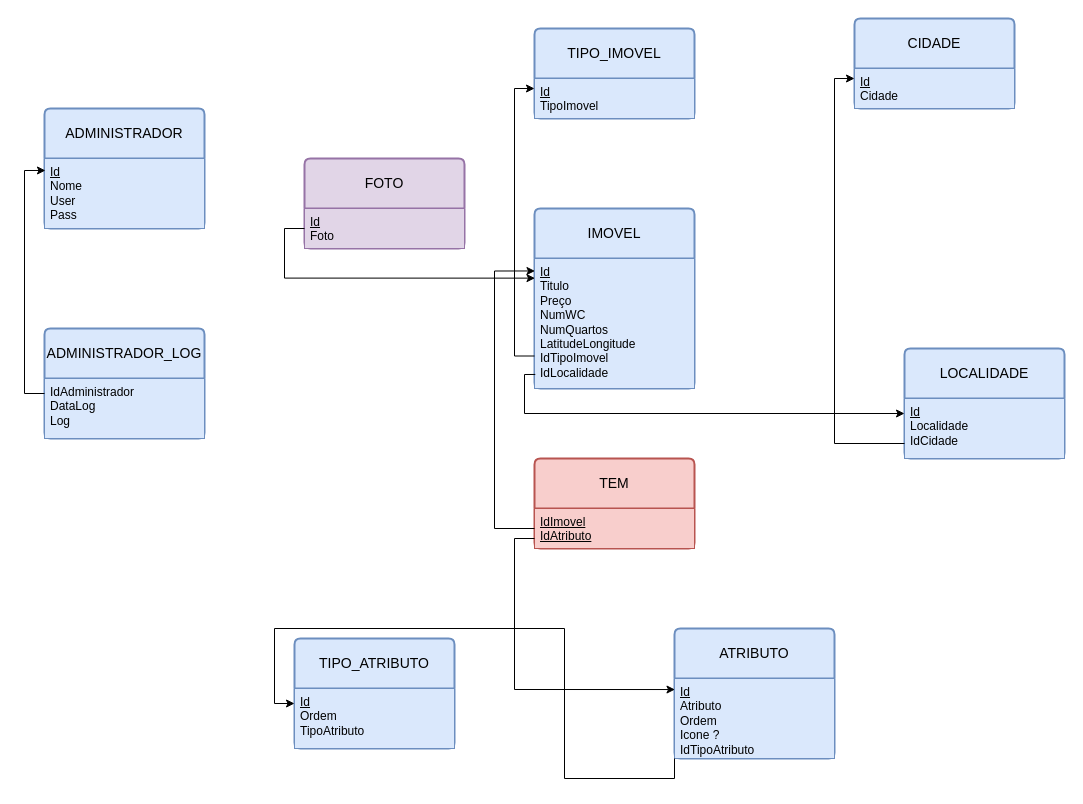
This is 2P-0811-TESTE-2-14721.drawio from MarceloPalamaryuk/Analise-de-Sistemas, a draw.io file, before an edit. Source tidied: cells renumbered, new cells numbered last; positions are measured from the earlier drawing's top-left corner, leaving out a move shared by most shapes. Both pictures are drawn from the tidied source at 100%, with x=0, y=0 at pixel (44, 18).
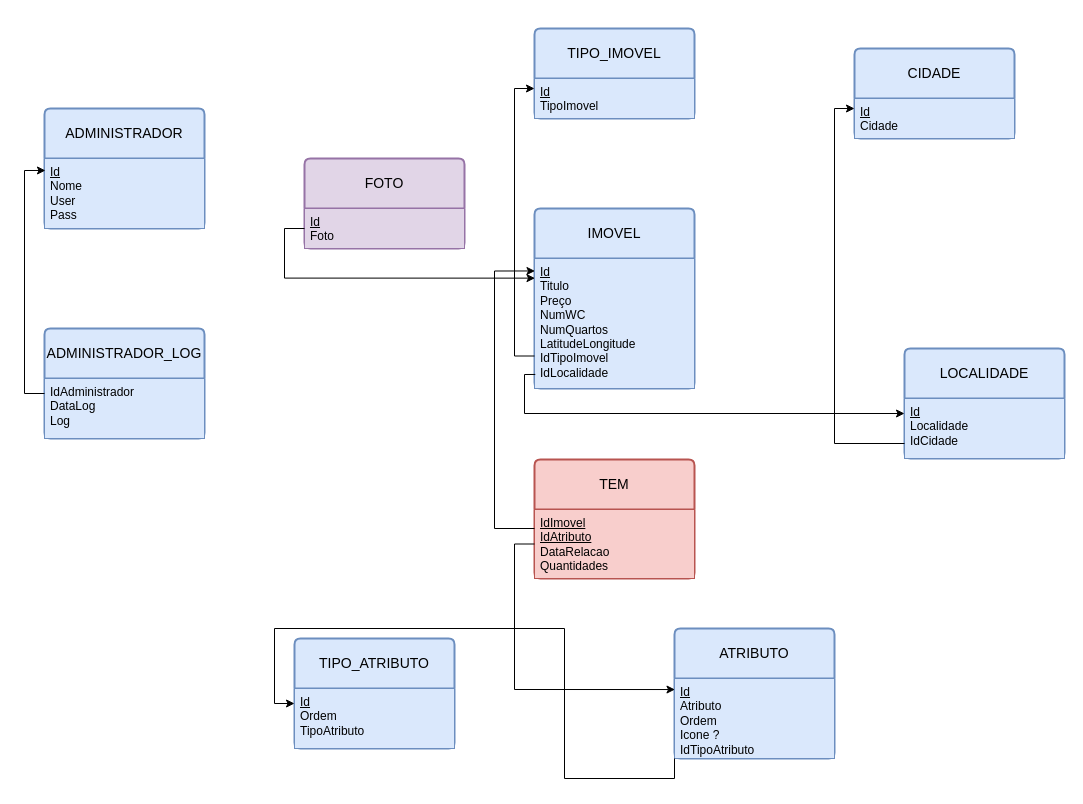
The same page after the edit.

Unchanged cells that the change refers to:
```xml
<mxCell id="9" value="&lt;u&gt;Id&lt;/u&gt;&lt;div&gt;Atributo&lt;/div&gt;&lt;div&gt;Ordem&lt;/div&gt;&lt;div&gt;Icone ?&lt;/div&gt;&lt;div&gt;IdTipoAtributo&lt;/div&gt;" style="align=left;strokeColor=#6c8ebf;fillColor=#dae8fc;spacingLeft=4;spacingRight=4;fontSize=12;verticalAlign=top;html=1;whiteSpace=wrap;" parent="8" vertex="1">
  <mxGeometry y="50" width="160" height="80" as="geometry" />
</mxCell>
<mxCell id="11" value="&lt;u&gt;Id&lt;/u&gt;&lt;div&gt;Titulo&lt;/div&gt;&lt;div&gt;Preço&lt;/div&gt;&lt;div&gt;NumWC&lt;/div&gt;&lt;div&gt;NumQuartos&lt;/div&gt;&lt;div&gt;LatitudeLongitude&lt;/div&gt;&lt;div&gt;IdTipoImovel&lt;/div&gt;&lt;div&gt;IdLocalidade&lt;/div&gt;" style="align=left;strokeColor=#6c8ebf;fillColor=#dae8fc;spacingLeft=4;spacingRight=4;fontSize=12;verticalAlign=top;html=1;whiteSpace=wrap;" parent="10" vertex="1">
  <mxGeometry y="50" width="160" height="130" as="geometry" />
</mxCell>
<mxCell id="18" value="&lt;u&gt;Id&lt;/u&gt;&lt;div&gt;Cidade&lt;/div&gt;" style="align=left;strokeColor=#6c8ebf;fillColor=#dae8fc;spacingLeft=4;spacingRight=4;fontSize=12;verticalAlign=top;html=1;whiteSpace=wrap;" parent="17" vertex="1">
  <mxGeometry y="50" width="160" height="40" as="geometry" />
</mxCell>
<mxCell id="20" value="&lt;u&gt;Id&lt;/u&gt;&lt;div&gt;Localidade&lt;/div&gt;&lt;div&gt;IdCidade&lt;/div&gt;" style="align=left;strokeColor=#6c8ebf;fillColor=#dae8fc;spacingLeft=4;spacingRight=4;fontSize=12;verticalAlign=top;html=1;whiteSpace=wrap;" parent="19" vertex="1">
  <mxGeometry y="50" width="160" height="60" as="geometry" />
</mxCell>
```

Diff of the diagram source:
```diff
@@
     <mxCell id="17" value="CIDADE" style="swimlane;horizontal=1;startSize=50;rounded=1;fontSize=14;fontStyle=0;strokeWidth=2;shadow=0;dashed=0;align=center;arcSize=4;whiteSpace=wrap;html=1;fillColor=#dae8fc;strokeColor=#6c8ebf;" parent="1" vertex="1">
-      <mxGeometry x="810" width="160" height="90" as="geometry" />
+      <mxGeometry x="810" y="30" width="160" height="90" as="geometry" />
     </mxCell>
@@
     <mxCell id="22" style="edgeStyle=orthogonalEdgeStyle;rounded=0;jettySize=auto;html=1;exitX=0;exitY=0.75;exitDx=0;exitDy=0;entryX=0;entryY=0.25;entryDx=0;entryDy=0;" parent="1" edge="1" source="20" target="18">
       <mxGeometry relative="1" as="geometry">
         <Array as="points">
           <mxPoint x="790" y="425" />
-          <mxPoint x="790" y="60" />
+          <mxPoint x="790" y="90" />
         </Array>
       </mxGeometry>
     </mxCell>
@@
     <mxCell id="26" value="TEM" style="swimlane;horizontal=1;startSize=50;rounded=1;fontSize=14;fontStyle=0;strokeWidth=2;shadow=0;dashed=0;align=center;arcSize=4;whiteSpace=wrap;html=1;fillColor=#f8cecc;strokeColor=#b85450;" parent="1" vertex="1">
-      <mxGeometry x="490" y="440" width="160" height="90" as="geometry" />
+      <mxGeometry x="490" y="441" width="160" height="119" as="geometry" />
     </mxCell>
-    <mxCell id="27" value="&lt;u&gt;IdImovel&lt;/u&gt;&lt;div&gt;&lt;u&gt;IdAtributo&lt;/u&gt;&lt;/div&gt;" style="align=left;strokeColor=#b85450;fillColor=#f8cecc;spacingLeft=4;spacingRight=4;fontSize=12;verticalAlign=top;html=1;whiteSpace=wrap;" parent="26" vertex="1">
-      <mxGeometry y="50" width="160" height="40" as="geometry" />
+    <mxCell id="27" value="&lt;u&gt;IdImovel&lt;/u&gt;&lt;div&gt;&lt;u&gt;IdAtributo&lt;/u&gt;&lt;/div&gt;&lt;div&gt;DataRelacao&lt;/div&gt;&lt;div&gt;Quantidades&lt;/div&gt;" style="align=left;strokeColor=#b85450;fillColor=#f8cecc;spacingLeft=4;spacingRight=4;fontSize=12;verticalAlign=top;html=1;whiteSpace=wrap;" parent="26" vertex="1">
+      <mxGeometry y="50" width="160" height="69" as="geometry" />
     </mxCell>
-    <mxCell id="28" style="edgeStyle=orthogonalEdgeStyle;rounded=0;jettySize=auto;html=1;exitX=0;exitY=0.5;exitDx=0;exitDy=0;entryX=0.003;entryY=0.096;entryDx=0;entryDy=0;entryPerimeter=0;" parent="1" edge="1" source="27" target="11">
+    <mxCell id="28" style="edgeStyle=orthogonalEdgeStyle;rounded=0;jettySize=auto;html=1;entryX=0.003;entryY=0.096;entryDx=0;entryDy=0;entryPerimeter=0;" parent="1" edge="1" target="11">
       <mxGeometry relative="1" as="geometry">
+        <mxPoint x="490" y="510" as="sourcePoint" />
         <Array as="points">
           <mxPoint x="450" y="510" />
           <mxPoint x="450" y="253" />
         </Array>
       </mxGeometry>
     </mxCell>
-    <mxCell id="29" style="edgeStyle=orthogonalEdgeStyle;rounded=0;jettySize=auto;html=1;exitX=0;exitY=0.75;exitDx=0;exitDy=0;entryX=0.003;entryY=0.138;entryDx=0;entryDy=0;entryPerimeter=0;" parent="1" edge="1" source="27" target="9">
+    <mxCell id="29" style="edgeStyle=orthogonalEdgeStyle;rounded=0;jettySize=auto;html=1;exitX=0;exitY=0.5;exitDx=0;exitDy=0;entryX=0.003;entryY=0.138;entryDx=0;entryDy=0;entryPerimeter=0;" parent="1" edge="1" source="27" target="9">
       <mxGeometry relative="1" as="geometry" />
     </mxCell>
```
